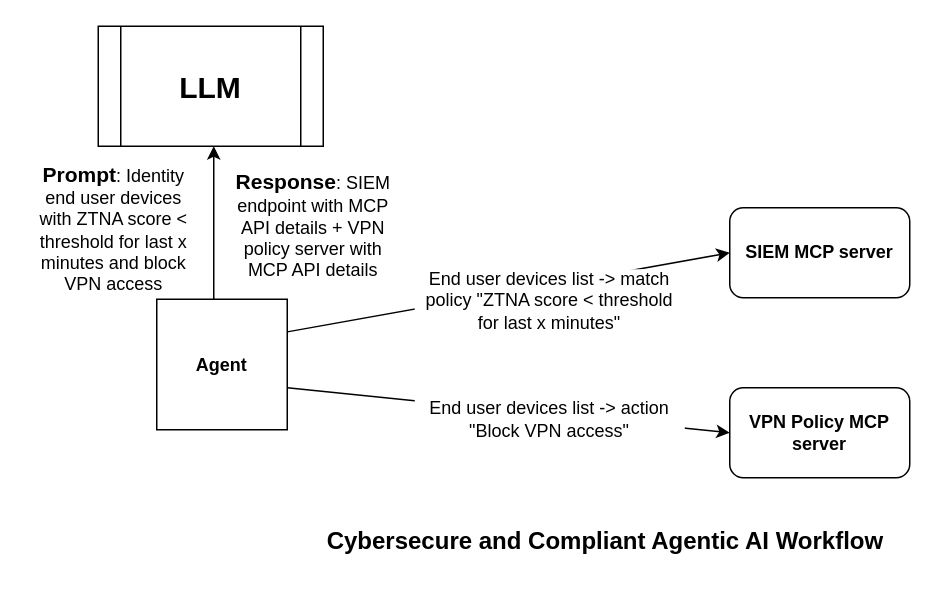
This is secure-agentic-workflow.drawio from nedmsmith/draft-klspa-wimse-verifiable-geo-fence, a draw.io file, before an edit. Source tidied: cells renumbered, new cells numbered last; positions are measured from the earlier drawing's top-left corner, leaving out a move shared by most shapes. Both pictures are drawn from the tidied source at 150%, with x=0, y=0 at pixel (26, 26).
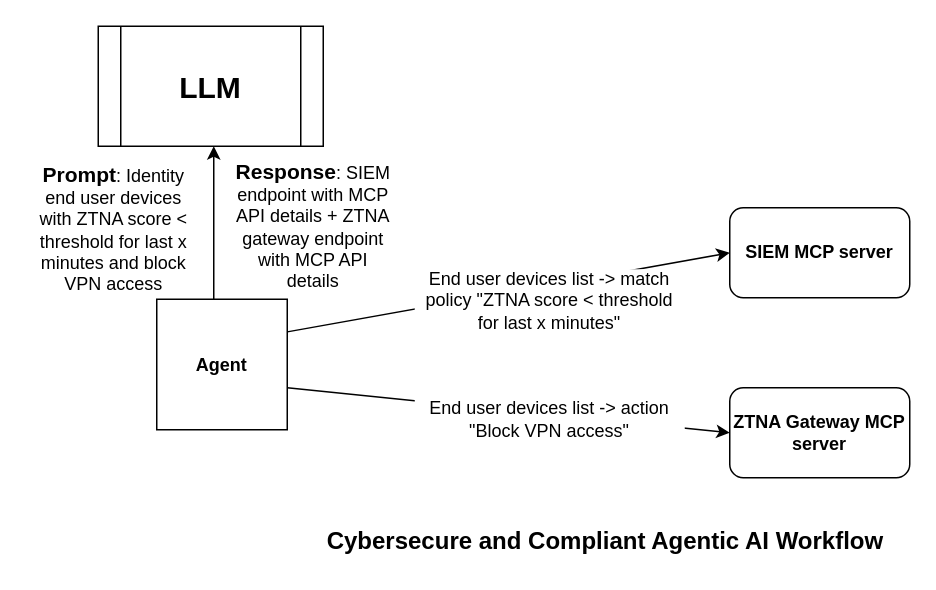
The same diagram, later.

The edit, as a diff of the source:
```diff
@@
 <mxGraphModel>
   <root>
     <mxCell id="0" />
     <mxCell id="1" parent="0" />
     <mxCell id="2" value="&lt;b&gt;&lt;font style=&quot;font-size: 20px;&quot;&gt;LLM&lt;/font&gt;&lt;/b&gt;" style="shape=process;whiteSpace=wrap;html=1;backgroundOutline=1;" parent="1" vertex="1">
       <mxGeometry x="48" width="150" height="80" as="geometry" />
     </mxCell>
     <mxCell id="3" value="&lt;b&gt;Agent&lt;/b&gt;" style="whiteSpace=wrap;html=1;" parent="1" vertex="1">
       <mxGeometry x="87" y="182" width="87" height="87" as="geometry" />
     </mxCell>
     <mxCell id="4" style="endArrow=classic;html=1;rounded=0;entryX=0.4;entryY=1.025;entryDx=0;entryDy=0;entryPerimeter=0;" parent="1" edge="1">
       <mxGeometry relative="1" as="geometry">
         <mxPoint x="125" y="182" as="sourcePoint" />
         <mxPoint x="125" y="80" as="targetPoint" />
       </mxGeometry>
     </mxCell>
     <mxCell id="5" value="&lt;p&gt;&lt;b&gt;&lt;font style=&quot;font-size: 14px;&quot;&gt;Prompt&lt;/font&gt;&lt;/b&gt;: Identity end user devices with ZTNA score &amp;lt; threshold for last x minutes and block VPN access&lt;/p&gt;" style="text;html=1;align=center;verticalAlign=middle;whiteSpace=wrap;rounded=0;" parent="1" vertex="1">
       <mxGeometry y="95" width="117" height="80" as="geometry" />
     </mxCell>
     <mxCell id="6" value="&lt;b&gt;&lt;font style=&quot;font-size: 16px;&quot;&gt;Cybersecure and Compliant Agentic AI Workflow&amp;nbsp;&lt;/font&gt;&lt;/b&gt;" style="text;html=1;align=center;verticalAlign=middle;strokeColor=none;fillColor=none;" parent="1" vertex="1">
       <mxGeometry x="188" y="328" width="400" height="30" as="geometry" />
     </mxCell>
-    <mxCell id="7" value="&lt;p&gt;&lt;b&gt;&lt;font style=&quot;font-size: 14px;&quot;&gt;Response&lt;/font&gt;&lt;/b&gt;: SIEM endpoint with MCP API details + VPN policy server with MCP API details&lt;/p&gt;" style="text;html=1;align=center;verticalAlign=middle;whiteSpace=wrap;rounded=0;" parent="1" vertex="1">
+    <mxCell id="7" value="&lt;p&gt;&lt;b&gt;&lt;font style=&quot;font-size: 14px;&quot;&gt;Response&lt;/font&gt;&lt;/b&gt;: SIEM endpoint with MCP API details + ZTNA gateway endpoint with MCP API details&lt;/p&gt;" style="text;html=1;align=center;verticalAlign=middle;whiteSpace=wrap;rounded=0;" parent="1" vertex="1">
       <mxGeometry x="139" y="93" width="105" height="80" as="geometry" />
     </mxCell>
     <mxCell id="8" style="endArrow=classic;html=1;rounded=0;entryX=0;entryY=0.5;entryDx=0;entryDy=0;exitX=1;exitY=0.25;exitDx=0;exitDy=0;" parent="1" edge="1" source="3" target="9">
       <mxGeometry relative="1" as="geometry" />
     </mxCell>
     <mxCell id="9" value="&lt;b&gt;SIEM MCP server&lt;/b&gt;" style="rounded=1;whiteSpace=wrap;html=1;" parent="1" vertex="1">
       <mxGeometry x="469" y="121" width="120" height="60" as="geometry" />
     </mxCell>
-    <mxCell id="10" value="&lt;b&gt;VPN Policy MCP server&lt;/b&gt;" style="rounded=1;whiteSpace=wrap;html=1;" parent="1" vertex="1">
+    <mxCell id="10" value="&lt;b&gt;ZTNA Gateway MCP server&lt;/b&gt;" style="rounded=1;whiteSpace=wrap;html=1;" parent="1" vertex="1">
       <mxGeometry x="469" y="241" width="120" height="60" as="geometry" />
     </mxCell>
     <mxCell id="11" style="endArrow=classic;html=1;rounded=0;entryX=0;entryY=0.5;entryDx=0;entryDy=0;exitX=1;exitY=0.25;exitDx=0;exitDy=0;" parent="1" edge="1" target="10">
       <mxGeometry relative="1" as="geometry">
         <mxPoint x="174" y="241" as="sourcePoint" />
       </mxGeometry>
     </mxCell>
     <mxCell id="12" value="End user devices list -&amp;gt; match policy &quot;ZTNA score &amp;lt; threshold for last x minutes&quot;" style="text;html=1;align=center;verticalAlign=middle;whiteSpace=wrap;rounded=0;fillColor=default;" parent="1" vertex="1">
       <mxGeometry x="259" y="162" width="180" height="41" as="geometry" />
     </mxCell>
     <mxCell id="13" value="End user devices list -&amp;gt; action &quot;Block VPN access&quot;" style="text;html=1;align=center;verticalAlign=middle;whiteSpace=wrap;rounded=0;fillColor=default;" parent="1" vertex="1">
       <mxGeometry x="259" y="241" width="180" height="41" as="geometry" />
     </mxCell>
   </root>
 </mxGraphModel>
```
